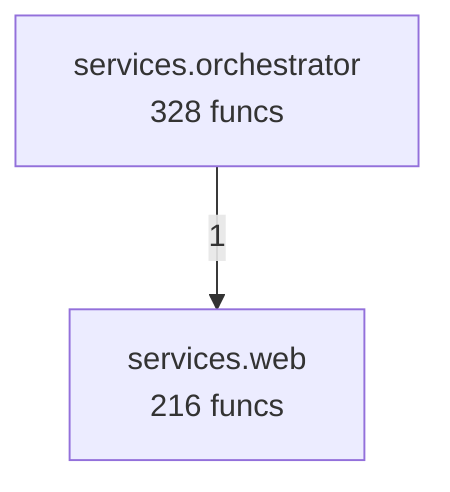
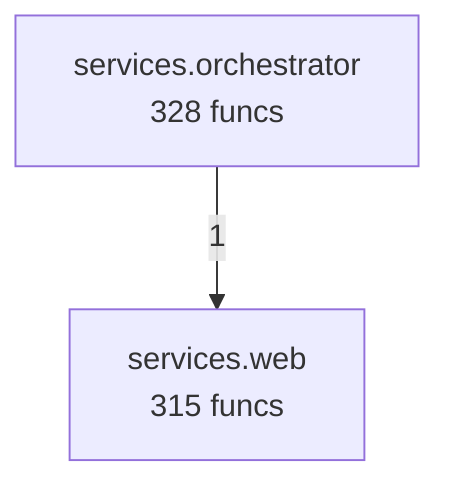
flowchart TD
- %% generated in 0.01s
+ %% generated in 0.02s
    services__orchestrator["services.orchestrator<br/>328 funcs"]
-     services__web["services.web<br/>216 funcs"]
+     services__web["services.web<br/>315 funcs"]
    services__orchestrator -->|1| services__web
